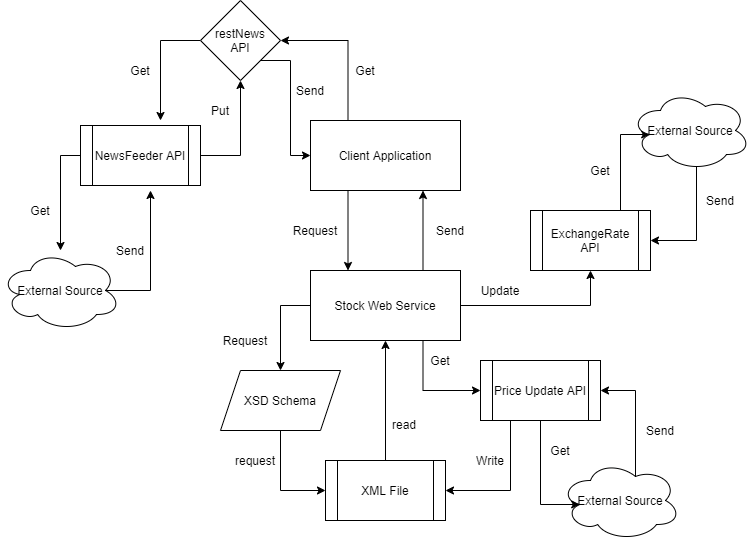
Above: Top Down schematic.png in kyleAW/stockProgram (draw.io), before the change. Source tidied: cells renumbered, new cells last; positions are measured from the earlier drawing's top-left corner, leaving out a move shared by most shapes.
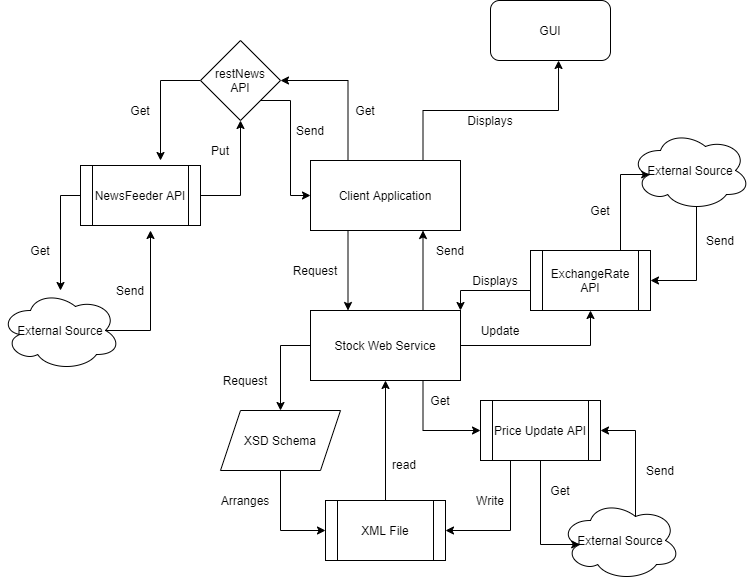
After the change.

The edit, as a diff of the source:
```diff
@@ -8,6 +8,9 @@
     <mxCell id="3" style="edgeStyle=orthogonalEdgeStyle;rounded=0;jettySize=auto;html=1;exitX=0.25;exitY=0;exitDx=0;exitDy=0;entryX=1;entryY=0.5;entryDx=0;entryDy=0;" parent="1" edge="1" source="4" target="42">
       <mxGeometry relative="1" as="geometry" />
     </mxCell>
+    <mxCell id="49" style="edgeStyle=orthogonalEdgeStyle;rounded=0;jettySize=auto;html=1;exitX=0.75;exitY=0;exitDx=0;exitDy=0;entryX=0.567;entryY=1;entryDx=0;entryDy=0;entryPerimeter=0;" parent="1" edge="1" source="4" target="51">
+      <mxGeometry relative="1" as="geometry" />
+    </mxCell>
     <mxCell id="4" value="Client Application" style="rounded=0;whiteSpace=wrap;html=1;" parent="1" vertex="1">
       <mxGeometry x="310" y="120" width="150" height="70" as="geometry" />
     </mxCell>
@@ -54,6 +57,14 @@
         </Array>
       </mxGeometry>
     </mxCell>
+    <mxCell id="50" style="edgeStyle=orthogonalEdgeStyle;rounded=0;jettySize=auto;html=1;exitX=0;exitY=0.5;exitDx=0;exitDy=0;entryX=1;entryY=0;entryDx=0;entryDy=0;" parent="1" edge="1" source="18" target="12">
+      <mxGeometry relative="1" as="geometry">
+        <Array as="points">
+          <mxPoint x="530" y="250" />
+          <mxPoint x="460" y="250" />
+        </Array>
+      </mxGeometry>
+    </mxCell>
     <mxCell id="18" value="ExchangeRate API" style="shape=process;whiteSpace=wrap;html=1;backgroundOutline=1;" parent="1" vertex="1">
       <mxGeometry x="530" y="210" width="120" height="60" as="geometry" />
     </mxCell>
@@ -80,8 +91,8 @@
     <mxCell id="25" value="read" style="text;html=1;strokeColor=none;fillColor=none;align=center;verticalAlign=middle;whiteSpace=wrap;rounded=0;" parent="1" vertex="1">
       <mxGeometry x="384" y="414" width="40" height="20" as="geometry" />
     </mxCell>
-    <mxCell id="26" value="request" style="text;html=1;strokeColor=none;fillColor=none;align=center;verticalAlign=middle;whiteSpace=wrap;rounded=0;" parent="1" vertex="1">
-      <mxGeometry x="230" y="450" width="50" height="20" as="geometry" />
+    <mxCell id="26" value="Arranges" style="text;html=1;strokeColor=none;fillColor=none;align=center;verticalAlign=middle;whiteSpace=wrap;rounded=0;" parent="1" vertex="1">
+      <mxGeometry x="210" y="450" width="70" height="20" as="geometry" />
     </mxCell>
     <mxCell id="27" value="Send" style="text;html=1;strokeColor=none;fillColor=none;align=center;verticalAlign=middle;whiteSpace=wrap;rounded=0;" parent="1" vertex="1">
       <mxGeometry x="110" y="240" width="40" height="20" as="geometry" />
@@ -90,7 +101,7 @@
       <mxGeometry x="290" y="220" width="50" height="20" as="geometry" />
     </mxCell>
     <mxCell id="29" value="Send" style="text;html=1;strokeColor=none;fillColor=none;align=center;verticalAlign=middle;whiteSpace=wrap;rounded=0;" parent="1" vertex="1">
-      <mxGeometry x="430" y="220" width="40" height="20" as="geometry" />
+      <mxGeometry x="430" y="200" width="40" height="20" as="geometry" />
     </mxCell>
     <mxCell id="30" value="Send" style="text;html=1;strokeColor=none;fillColor=none;align=center;verticalAlign=middle;whiteSpace=wrap;rounded=0;" parent="1" vertex="1">
       <mxGeometry x="700" y="190" width="40" height="20" as="geometry" />
@@ -160,5 +171,14 @@
     <mxCell id="48" value="Update" style="text;html=1;strokeColor=none;fillColor=none;align=center;verticalAlign=middle;whiteSpace=wrap;rounded=0;" parent="1" vertex="1">
       <mxGeometry x="480" y="280" width="40" height="20" as="geometry" />
     </mxCell>
+    <mxCell id="51" value="GUI" style="rounded=1;whiteSpace=wrap;html=1;" parent="1" vertex="1">
+      <mxGeometry x="490" y="-40" width="120" height="60" as="geometry" />
+    </mxCell>
+    <mxCell id="52" value="Displays" style="text;html=1;strokeColor=none;fillColor=none;align=center;verticalAlign=middle;whiteSpace=wrap;rounded=0;" parent="1" vertex="1">
+      <mxGeometry x="460" y="70" width="60" height="20" as="geometry" />
+    </mxCell>
+    <mxCell id="53" value="Displays" style="text;html=1;strokeColor=none;fillColor=none;align=center;verticalAlign=middle;whiteSpace=wrap;rounded=0;" parent="1" vertex="1">
+      <mxGeometry x="470" y="230" width="50" height="20" as="geometry" />
+    </mxCell>
   </root>
 </mxGraphModel>
```
